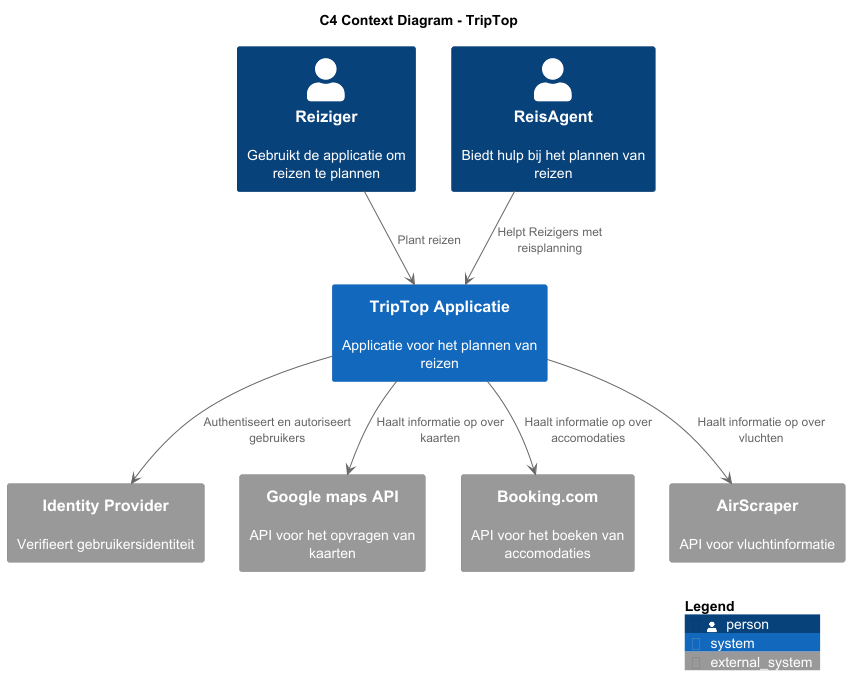
Above: C4_diagrammen/context-diagram-triptop.png in AIM-ENE-feb25/triptop-groep-b4 (PlantUML), before the change.
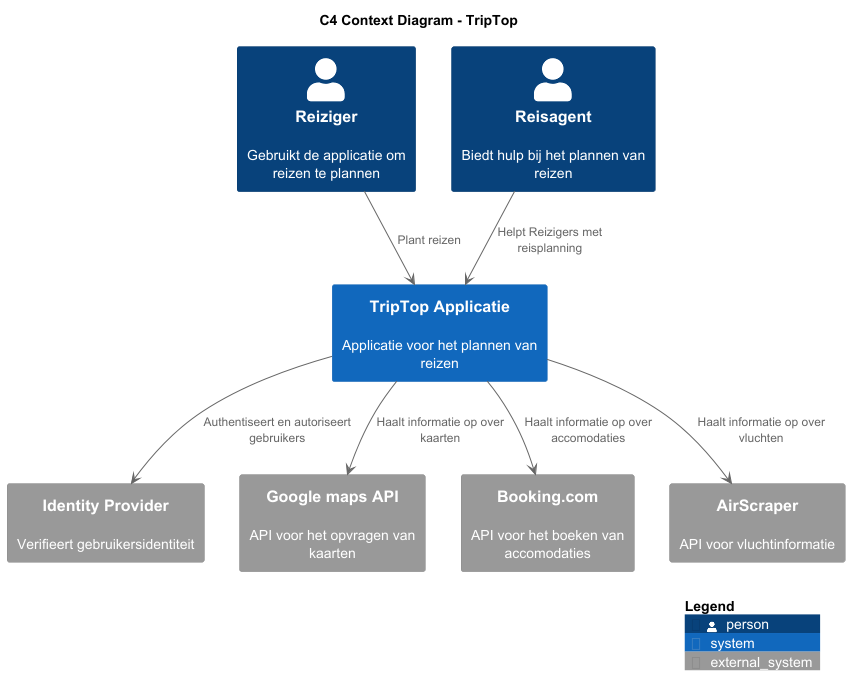
After the change.

Commit message:
Context SGB & cleanup

Change to the diagram source:
```diff
@@ -4,7 +4,7 @@
 title C4 Context Diagram - TripTop
 
 Person(Reiziger, "Reiziger", "Gebruikt de applicatie om reizen te plannen")
-Person(ReisAgent, "ReisAgent", "Biedt hulp bij het plannen van reizen")
+Person(ReisAgent, "Reisagent", "Biedt hulp bij het plannen van reizen")
 
 System(TripTop, "TripTop Applicatie", "Applicatie voor het plannen van reizen")
 
```
